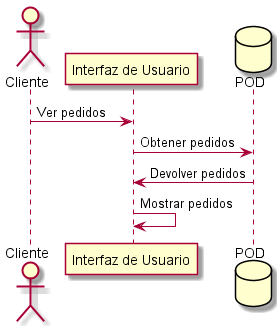
The PlantUML diagram images/Ver pedidos.png in Arquisoft/Arquisoft-dede_es_02b, before a commit.
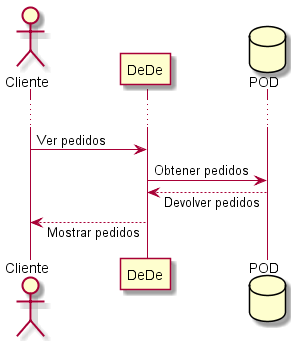
Above is the later version.

Diff of the diagram source:
```diff
@@ -1,9 +1,13 @@
 @startuml
 actor Cliente
-participant "Interfaz de Usuario"
+participant DeDe
 database "POD"
-Cliente -> "Interfaz de Usuario": Ver pedidos
-"Interfaz de Usuario" -> "POD": Obtener pedidos
-"POD" -> "Interfaz de Usuario": Devolver pedidos
-"Interfaz de Usuario" -> "Interfaz de Usuario": Mostrar pedidos
+
+skinparam responseMessageBelowArrow true
+...
+
+Cliente -> DeDe: Ver pedidos
+DeDe -> "POD": Obtener pedidos
+"POD" --> DeDe: Devolver pedidos
+DeDe --> Cliente: Mostrar pedidos
 @enduml
```
